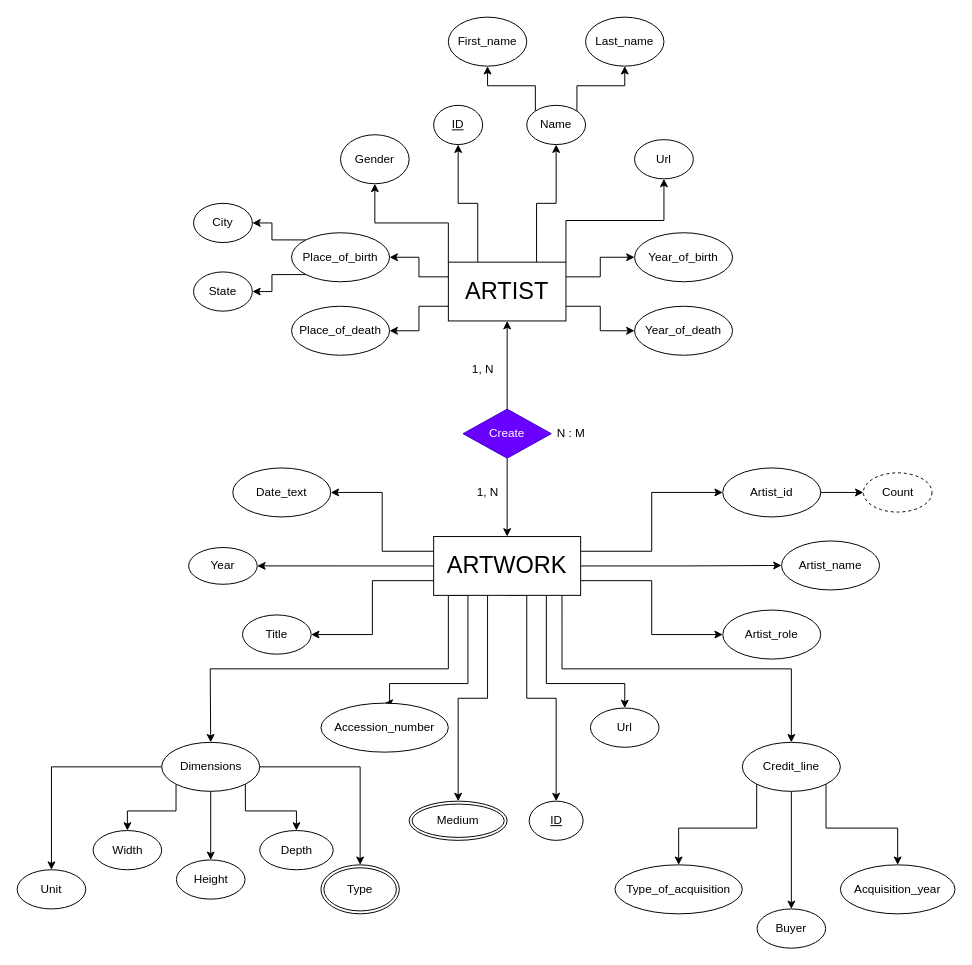
This is docs/diagrams/er.drawio from Databases-Course-Project/Databases-Course-Project, a draw.io file, before an edit. Source tidied: cells renumbered, new cells numbered last; positions are measured from the earlier drawing's top-left corner, leaving out a move shared by most shapes. Both pictures are drawn from the tidied source at 98%, with x=0, y=0 at pixel (17, 17).
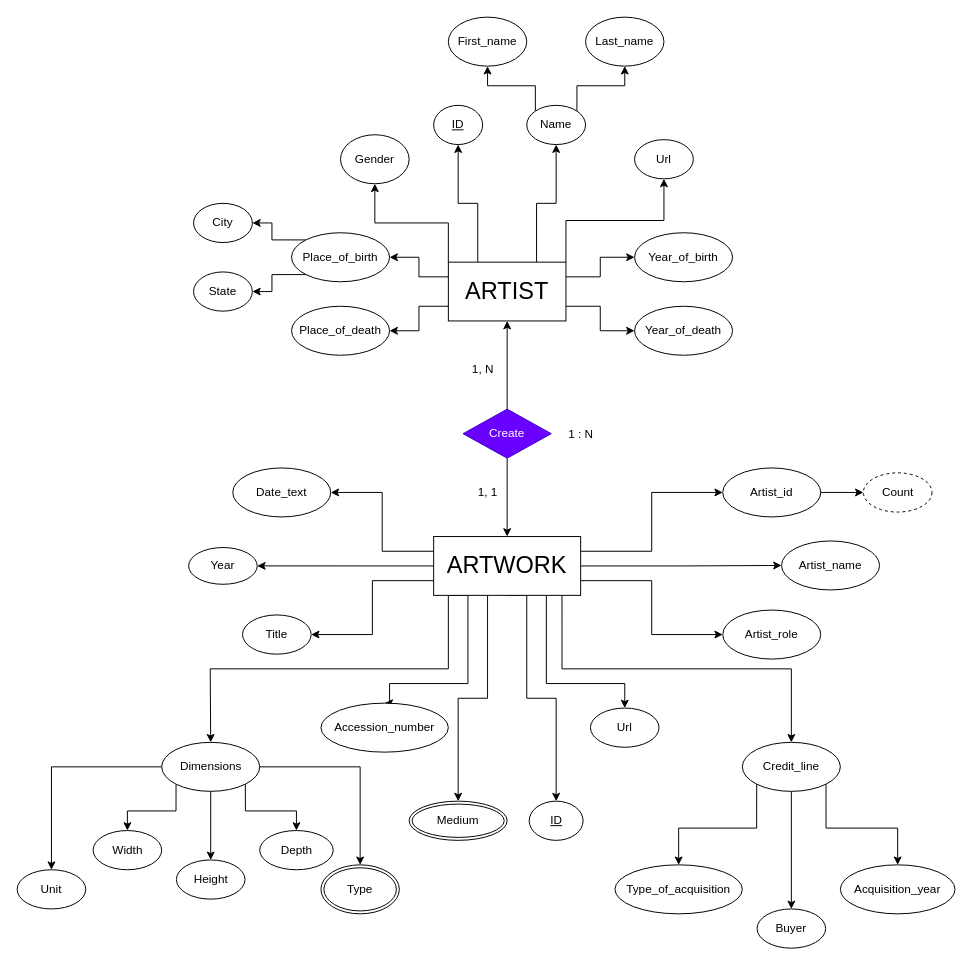
After the change.

Diff of the diagram source:
```diff
@@
-    <mxCell id="74" value="1, N" style="text;html=1;align=center;verticalAlign=middle;strokeColor=none;fillColor=none;" parent="1" vertex="1">
-      <mxGeometry x="455" y="470" width="50" height="30" as="geometry" />
+    <mxCell id="74" value="1, 1" style="text;html=1;align=center;verticalAlign=middle;strokeColor=none;fillColor=none;" parent="1" vertex="1">
+      <mxGeometry x="461" y="472" width="38" height="26" as="geometry" />
     </mxCell>
-    <mxCell id="75" value="N : M" style="text;html=1;align=center;verticalAlign=middle;strokeColor=none;fillColor=none;" parent="1" vertex="1">
-      <mxGeometry x="540" y="410" width="50" height="30" as="geometry" />
+    <mxCell id="75" value="1 : N" style="text;html=1;align=center;verticalAlign=middle;strokeColor=none;fillColor=none;" parent="1" vertex="1">
+      <mxGeometry x="553" y="413" width="43" height="26" as="geometry" />
     </mxCell>
```
